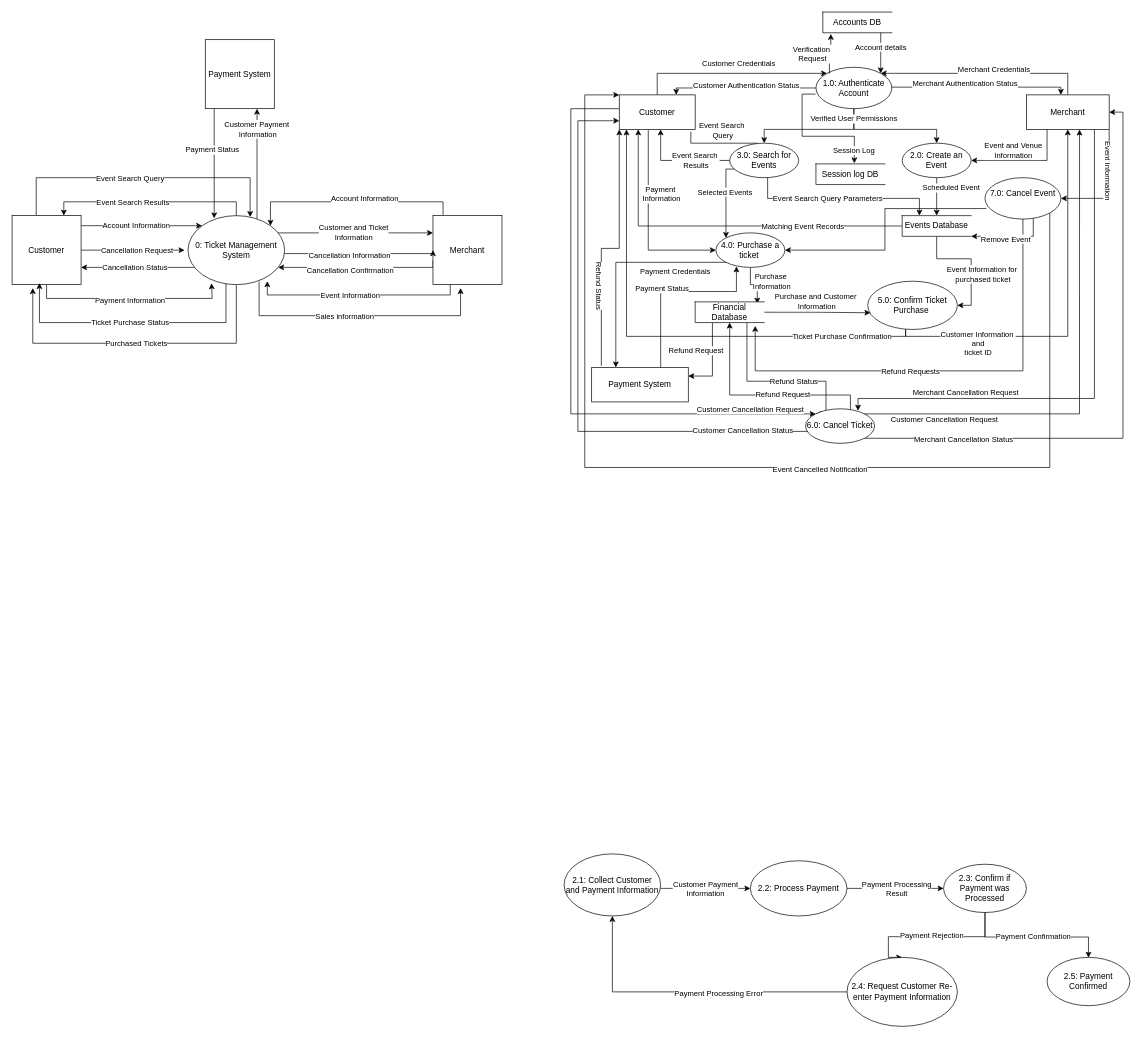
Above: ITEC 630 DFD Ticket Mangement System .drawio in SteveWChang/UMGC-ITEC--630-Ticketing-System-Modeling-and-Analysis (draw.io), before the change. Source tidied: cells renumbered, new cells numbered last; positions are measured from the earlier drawing's top-left corner, leaving out a move shared by most shapes. Both pictures are drawn from the tidied source at 69%, with x=0, y=0 at pixel (12, 12).
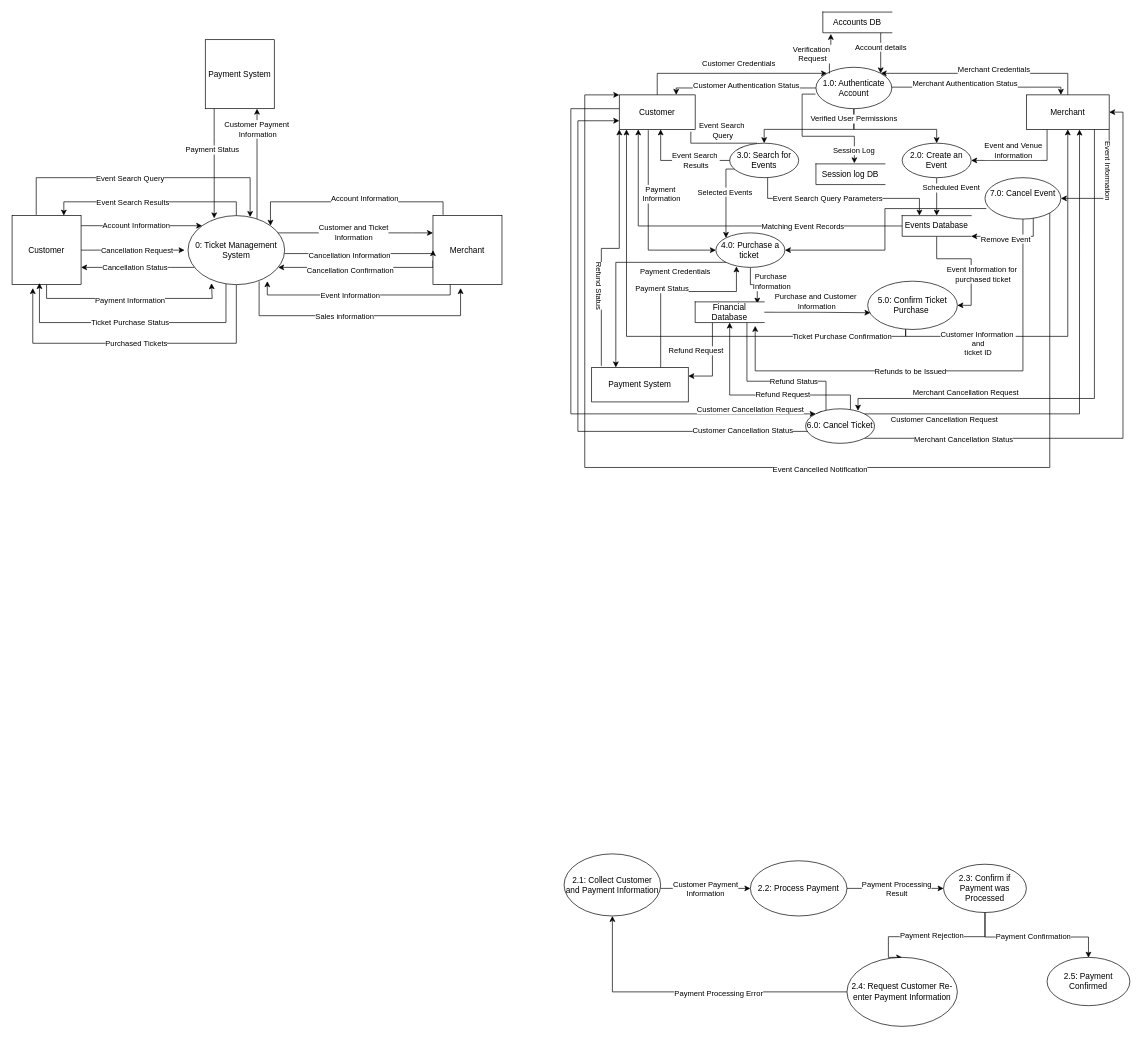
After the change.

Commit message:
Dataflow name changes ITEC 630 DFD Ticket Mangement System .drawio

The change refers to these unchanged cells:
```xml
<mxCell id="135" style="edgeStyle=orthogonalEdgeStyle;rounded=0;jettySize=auto;html=1;entryX=0.87;entryY=1.159;entryDx=0;entryDy=0;entryPerimeter=0;" parent="1" edge="1" source="138" target="57">
  <mxGeometry relative="1" as="geometry">
    <Array as="points">
      <mxPoint x="1465" y="520" />
      <mxPoint x="1077" y="520" />
    </Array>
  </mxGeometry>
</mxCell>
```

Change to the diagram source:
```diff
@@
-    <mxCell id="136" value="Refund Requests" style="edgeLabel;html=1;align=center;verticalAlign=middle;" parent="135" vertex="1">
+    <mxCell id="136" value="Refunds to be Issued" style="edgeLabel;html=1;align=center;verticalAlign=middle;" parent="135" vertex="1">
       <mxGeometry x="0.08" y="3" relative="1" as="geometry">
         <mxPoint x="-20" y="-3" as="offset" />
       </mxGeometry>
     </mxCell>
```
